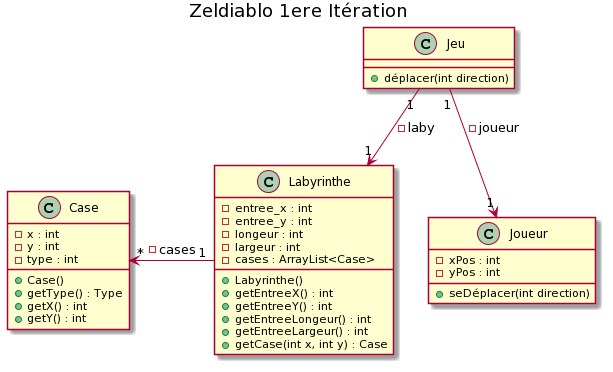
icetomtom/2020_COO_Zeldiablo_muller742u_etchevar1u_huet41u_bouillo15u keeps this PlantUML diagram as documents/version_1/diagramme_de_classe.png. Above is the earlier version. The source it was exported from:
```plantuml
@startuml
title Zeldiablo 1ere Itération

class Jeu{
  + déplacer(int direction)
}
class Joueur{
  - xPos : int
  - yPos : int
  + seDéplacer(int direction)
}
class Labyrinthe {
    -entree_x : int
    -entree_y : int
    -longeur : int
    -largeur : int
    -cases : ArrayList<Case>

    + Labyrinthe()
    + getEntreeX() : int
    + getEntreeY() : int
    + getEntreeLongeur() : int
    + getEntreeLargeur() : int
    + getCase(int x, int y) : Case
}

class Case {
    -x : int
    -y : int
    -type : int

    + Case()
    + getType() : Type
    + getX() : int
    + getY() : int
}

Jeu "1" --> "1" Joueur : - joueur
Jeu "1" --> "1" Labyrinthe : - laby
Case "*" <-"1" Labyrinthe : - cases
@enduml
```
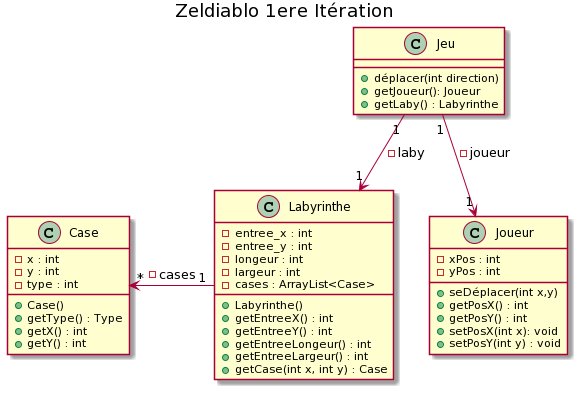
Above is the later version.

Commit message:
mise a jour du diagramme de classe

Diff of the diagram source:
```diff
@@ -3,11 +3,17 @@
 
 class Jeu{
   + déplacer(int direction)
+  + getJoueur(): Joueur
+  + getLaby() : Labyrinthe
 }
 class Joueur{
   - xPos : int
   - yPos : int
-  + seDéplacer(int direction)
+  + seDéplacer(int x,y)
+  + getPosX() : int
+  + getPosY() : int
+  + setPosX(int x): void
+  + setPosY(int y) : void
 }
 class Labyrinthe {
     -entree_x : int
```
